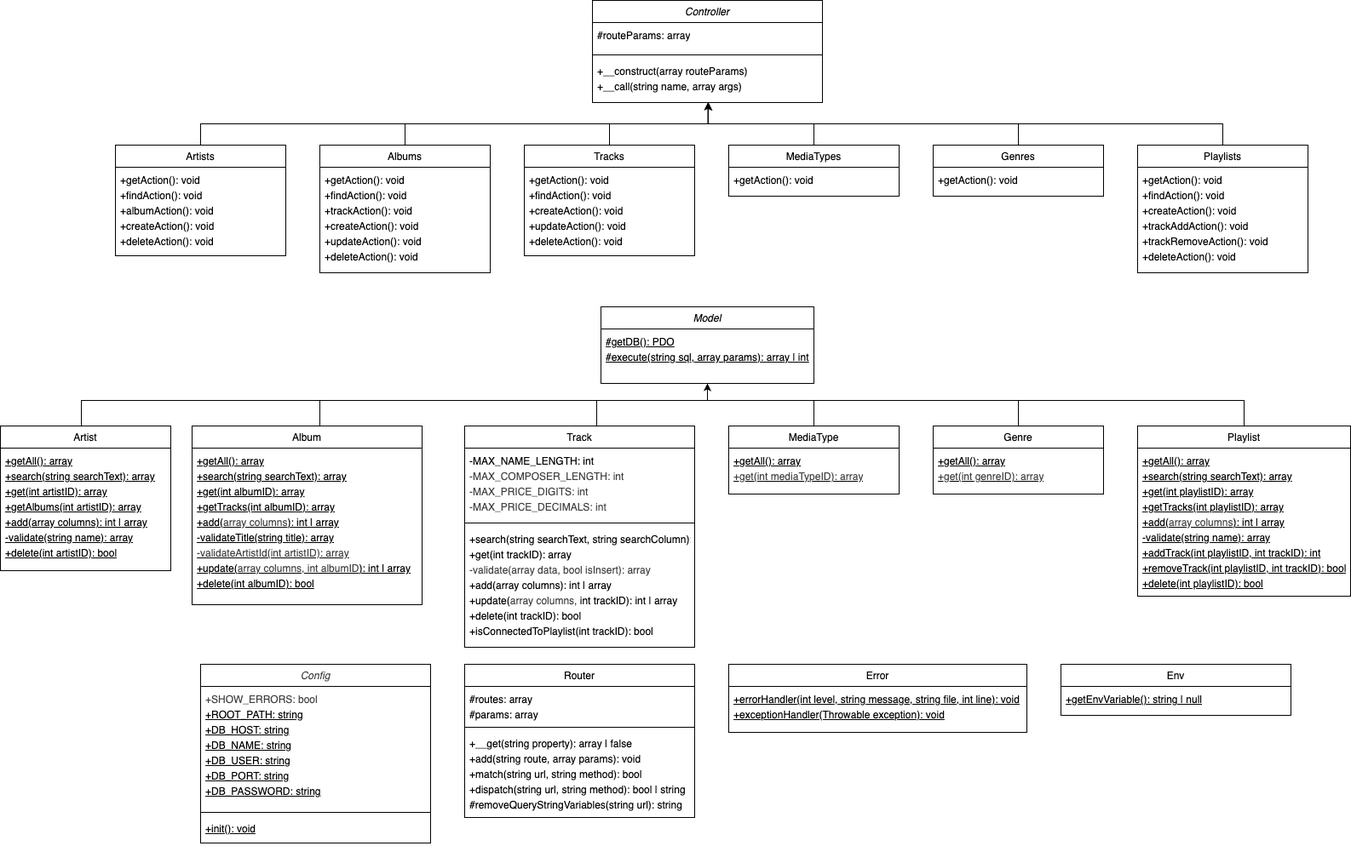
Before: documentation/class_diagrams.drawio.png, a diagram exported from draw.io (FrejaFischer/music_storage). Source tidied: cells renumbered, new cells last; positions are measured from the earlier drawing's top-left corner, leaving out a move shared by most shapes.
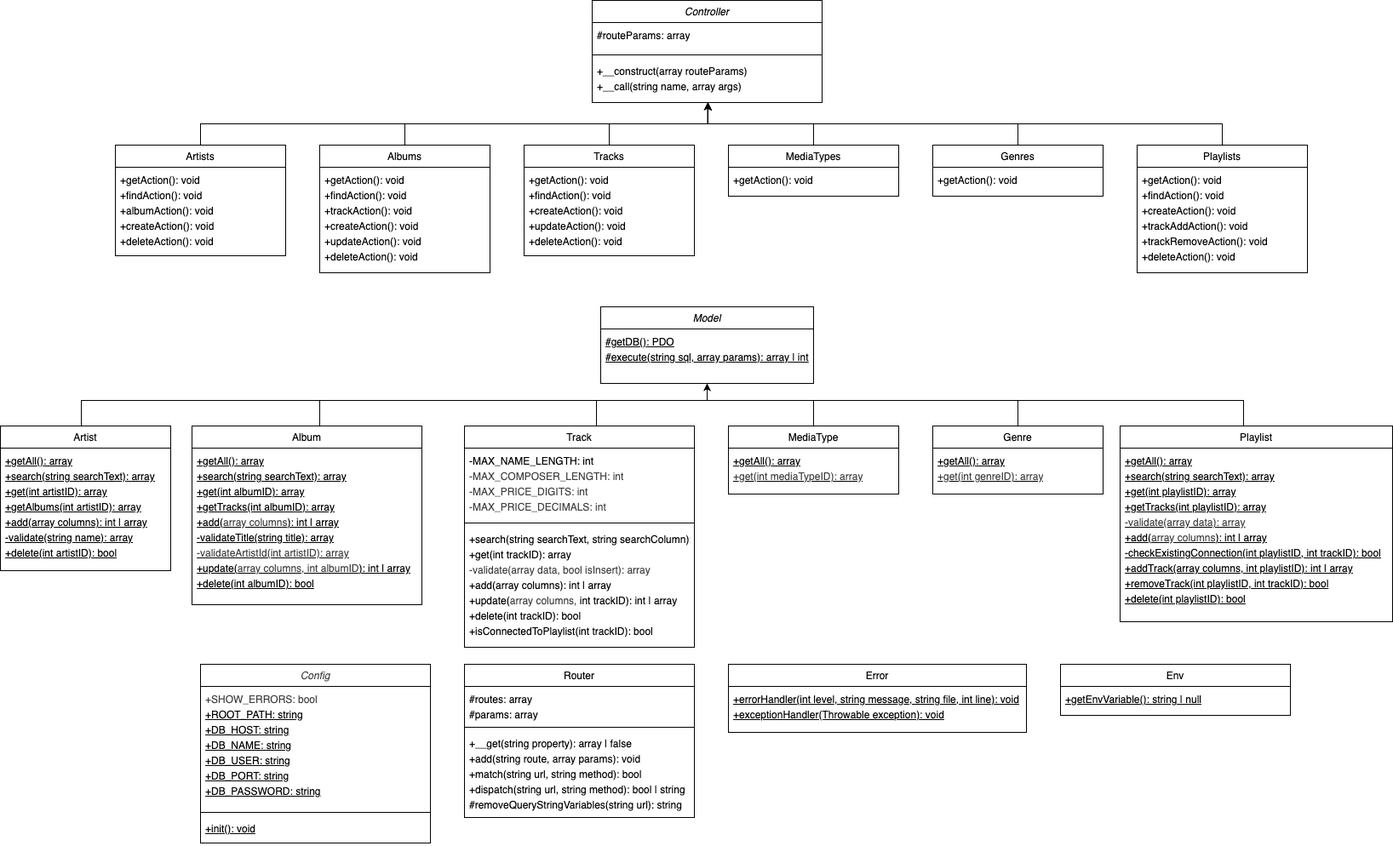
The same diagram one commit later.

What changed in the source:
```diff
@@ -109,10 +109,10 @@
       </mxGeometry>
     </mxCell>
     <mxCell id="27" value="Playlist" style="swimlane;fontStyle=0;align=center;verticalAlign=top;horizontal=1;startSize=26;rounded=0;shadow=0;strokeWidth=1;" parent="1" vertex="1">
-      <mxGeometry x="1335" y="500" width="250" height="200" as="geometry" />
+      <mxGeometry x="1315" y="500" width="320" height="230" as="geometry" />
     </mxCell>
-    <mxCell id="28" value="&lt;div style=&quot;line-height: 150%;&quot;&gt;+getAll(): array&lt;br&gt;&lt;/div&gt;&lt;div style=&quot;line-height: 150%;&quot;&gt;+search(string searchText): array&lt;br&gt;+get(int playlistID): array&lt;/div&gt;&lt;div style=&quot;line-height: 150%;&quot;&gt;+getTracks(int playlistID): array&lt;br&gt;+add(&lt;span style=&quot;color: rgb(63, 63, 63);&quot;&gt;array columns&lt;/span&gt;): int | array&lt;br&gt;-validate(string name): array&lt;/div&gt;&lt;div style=&quot;line-height: 150%;&quot;&gt;+addTrack(int playlistID, int trackID): int&lt;/div&gt;&lt;div style=&quot;line-height: 150%;&quot;&gt;+removeTrack(int playlistID, int trackID): bool&lt;br&gt;+delete(int playlistID): bool&lt;/div&gt;" style="text;align=left;verticalAlign=top;spacingLeft=4;spacingRight=4;overflow=hidden;fontStyle=4;spacingTop=0;spacing=2;html=1;" parent="27" vertex="1">
-      <mxGeometry y="26" width="250" height="174" as="geometry" />
+    <mxCell id="28" value="&lt;div style=&quot;line-height: 150%;&quot;&gt;+getAll(): array&lt;br&gt;&lt;/div&gt;&lt;div style=&quot;line-height: 150%;&quot;&gt;+search(string searchText): array&lt;br&gt;+get(int playlistID): array&lt;/div&gt;&lt;div style=&quot;line-height: 150%;&quot;&gt;+getTracks(int playlistID): array&lt;/div&gt;&lt;div style=&quot;line-height: 150%;&quot;&gt;&lt;span style=&quot;color: rgb(63, 63, 63);&quot;&gt;-validate(array data): array&lt;/span&gt;&lt;br&gt;+add(&lt;span style=&quot;color: rgb(63, 63, 63);&quot;&gt;array columns&lt;/span&gt;): int | array&lt;br&gt;&lt;/div&gt;&lt;div style=&quot;line-height: 150%;&quot;&gt;-checkExistingConnection(int playlistID, int trackID): bool&lt;/div&gt;&lt;div style=&quot;line-height: 150%;&quot;&gt;+addTrack(array columns, int playlistID): int | array&lt;/div&gt;&lt;div style=&quot;line-height: 150%;&quot;&gt;+removeTrack(int playlistID, int trackID): bool&lt;br&gt;+delete(int playlistID): bool&lt;/div&gt;" style="text;align=left;verticalAlign=top;spacingLeft=4;spacingRight=4;overflow=hidden;fontStyle=4;spacingTop=0;spacing=2;html=1;" parent="27" vertex="1">
+      <mxGeometry y="26" width="320" height="204" as="geometry" />
     </mxCell>
     <mxCell id="29" style="edgeStyle=orthogonalEdgeStyle;rounded=0;jettySize=auto;html=1;entryX=0.502;entryY=1.003;entryDx=0;entryDy=0;entryPerimeter=0;" parent="1" edge="1" source="30" target="41">
       <mxGeometry relative="1" as="geometry" />
```
